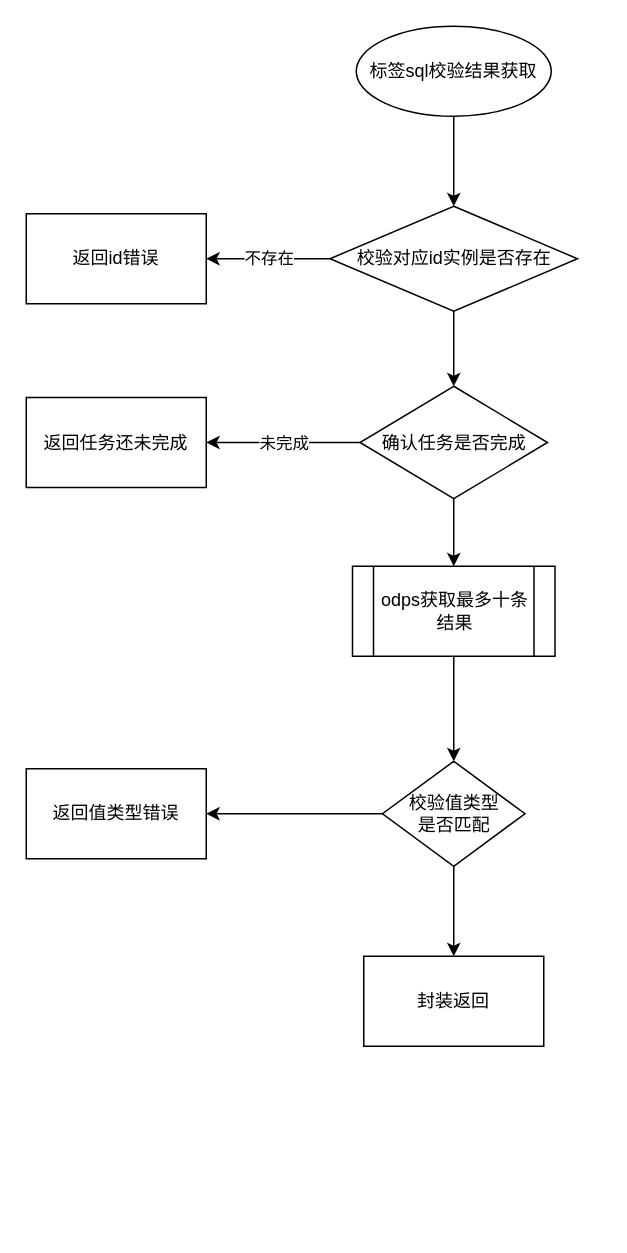
Above: 标签sql校验结果获取流程图.drawio in 1418956397/JavaWeb-Project-Source-Share (draw.io), before the change. Source tidied: cells renumbered, new cells numbered last; positions are measured from the earlier drawing's top-left corner, leaving out a move shared by most shapes. Both pictures are drawn from the tidied source at 150%, with x=0, y=0 at pixel (26, 26).
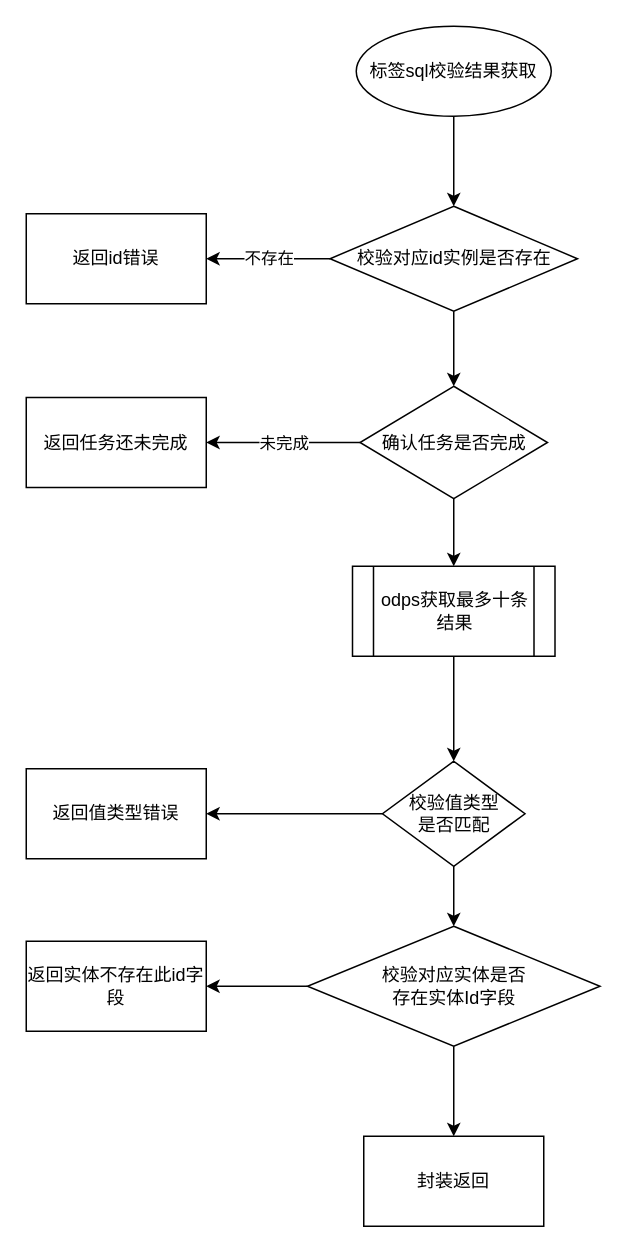
Above is the later version.

Commit message:
更新标签sql校验结果获取流程图.drawio

The change refers to these unchanged cells:
```xml
<mxCell id="17" value="校验值类型&lt;div&gt;是否匹配&lt;/div&gt;" style="rhombus;whiteSpace=wrap;html=1;" parent="1" vertex="1">
  <mxGeometry x="237.5" y="490" width="95" height="70" as="geometry" />
</mxCell>
```

Diff of the diagram source:
```diff
@@
     <mxCell id="14" value="封装返回" style="whiteSpace=wrap;html=1;" parent="1" vertex="1">
-      <mxGeometry x="225" y="620" width="120" height="60" as="geometry" />
+      <mxGeometry x="225" y="740" width="120" height="60" as="geometry" />
     </mxCell>
@@
-    <mxCell id="16" style="edgeStyle=orthogonalEdgeStyle;rounded=0;jettySize=auto;html=1;" parent="1" edge="1" source="17" target="14">
-      <mxGeometry relative="1" as="geometry" />
-    </mxCell>
+    <mxCell id="19" style="edgeStyle=orthogonalEdgeStyle;rounded=0;jettySize=auto;html=1;" parent="1" edge="1" source="17" target="22">
+      <mxGeometry relative="1" as="geometry" />
+    </mxCell>
@@
+    <mxCell id="20" style="edgeStyle=orthogonalEdgeStyle;rounded=0;jettySize=auto;html=1;" parent="1" edge="1" source="22" target="23">
+      <mxGeometry relative="1" as="geometry" />
+    </mxCell>
+    <mxCell id="21" style="edgeStyle=orthogonalEdgeStyle;rounded=0;jettySize=auto;html=1;" parent="1" edge="1" source="22" target="14">
+      <mxGeometry relative="1" as="geometry" />
+    </mxCell>
+    <mxCell id="22" value="校验对应实体是否&lt;div&gt;存在实体Id字段&lt;/div&gt;" style="rhombus;whiteSpace=wrap;html=1;" parent="1" vertex="1">
+      <mxGeometry x="187.5" y="600" width="195" height="80" as="geometry" />
+    </mxCell>
+    <mxCell id="23" value="返回实体不存在此id字段" style="whiteSpace=wrap;html=1;" parent="1" vertex="1">
+      <mxGeometry y="610" width="120" height="60" as="geometry" />
+    </mxCell>
```
